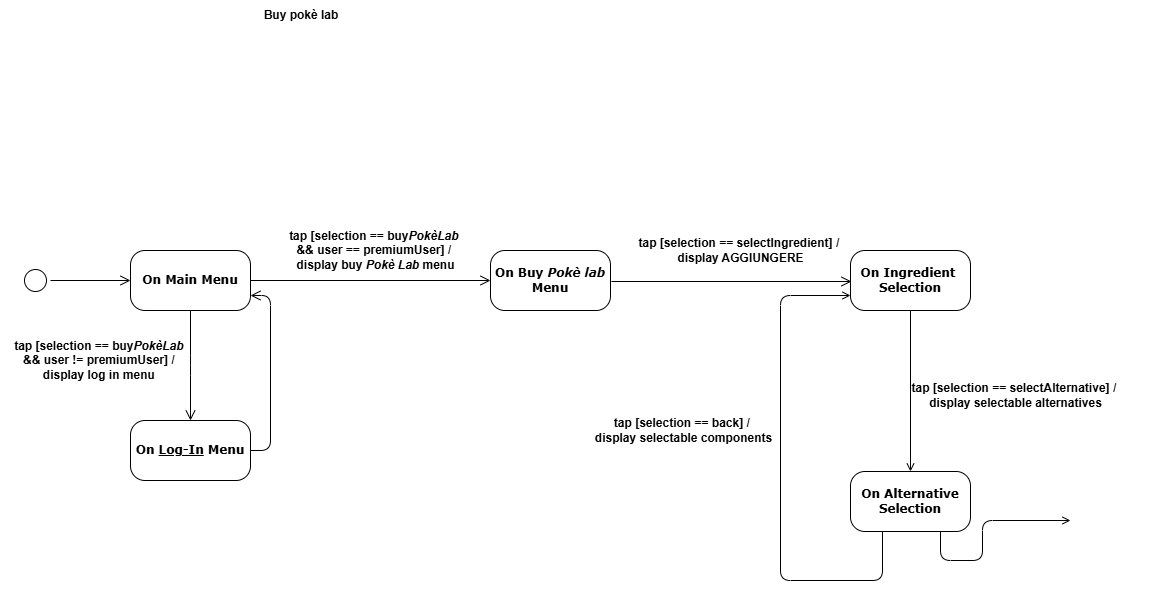
Before: diagrams/StateDiagram.drawio.png, a diagram exported from draw.io (matteopinfildi/ISPW-Project). Source tidied: cells renumbered, new cells last; positions are measured from the earlier drawing's top-left corner, leaving out a move shared by most shapes.
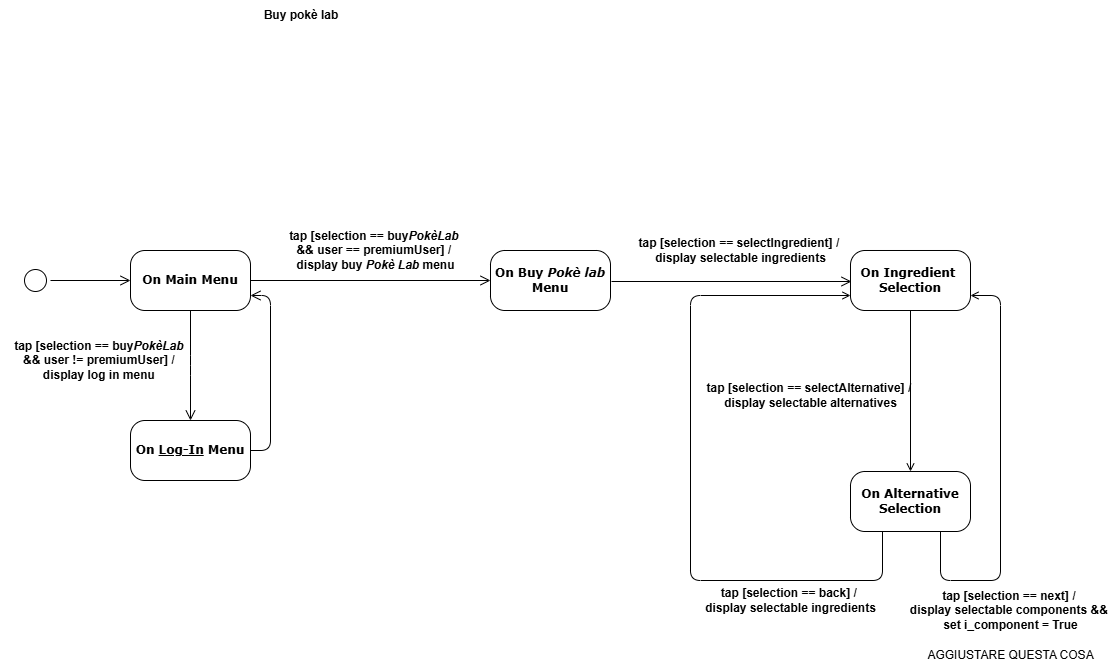
The same file after the commit.

Diff of the diagram source:
```diff
@@ -51,18 +51,18 @@
     <mxCell id="14" value="&lt;b&gt;On Ingredient&amp;nbsp;&lt;/b&gt;&lt;div&gt;&lt;b&gt;Selection&lt;/b&gt;&lt;/div&gt;" style="rounded=1;whiteSpace=wrap;html=1;arcSize=24;shadow=0;comic=0;labelBackgroundColor=none;fontFamily=Verdana;fontSize=12;align=center;" parent="1" vertex="1">
       <mxGeometry x="850" y="250" width="120" height="60" as="geometry" />
     </mxCell>
-    <mxCell id="15" value="&lt;b&gt;tap [selection == selectIngredient&lt;/b&gt;&lt;b style=&quot;background-color: initial; color: light-dark(rgb(0, 0, 0), rgb(255, 255, 255));&quot;&gt;] &lt;/b&gt;&lt;b style=&quot;background-color: initial; color: light-dark(rgb(0, 0, 0), rgb(255, 255, 255));&quot;&gt;/&amp;nbsp;&lt;/b&gt;&lt;div&gt;&lt;div&gt;&lt;div&gt;&lt;b style=&quot;background-color: initial;&quot;&gt;display AGGIUNGERE&lt;/b&gt;&lt;/div&gt;&lt;/div&gt;&lt;/div&gt;" style="text;html=1;align=center;verticalAlign=middle;strokeColor=none;fillColor=none;" parent="1" vertex="1">
+    <mxCell id="15" value="&lt;b&gt;tap [selection == selectIngredient&lt;/b&gt;&lt;b style=&quot;background-color: initial; color: light-dark(rgb(0, 0, 0), rgb(255, 255, 255));&quot;&gt;] &lt;/b&gt;&lt;b style=&quot;background-color: initial; color: light-dark(rgb(0, 0, 0), rgb(255, 255, 255));&quot;&gt;/&amp;nbsp;&lt;/b&gt;&lt;div&gt;&lt;div&gt;&lt;div&gt;&lt;b style=&quot;background-color: initial;&quot;&gt;display selectable ingredients&lt;/b&gt;&lt;/div&gt;&lt;/div&gt;&lt;/div&gt;" style="text;html=1;align=center;verticalAlign=middle;strokeColor=none;fillColor=none;" parent="1" vertex="1">
       <mxGeometry x="625" y="230" width="230" height="40" as="geometry" />
     </mxCell>
     <mxCell id="16" style="edgeStyle=orthogonalEdgeStyle;rounded=0;jettySize=auto;html=1;entryX=0.5;entryY=0;entryDx=0;entryDy=0;endArrow=open;endFill=0;labelBackgroundColor=none;fontColor=default;exitX=0.5;exitY=1;exitDx=0;exitDy=0;" parent="1" edge="1" source="14" target="19">
       <mxGeometry relative="1" as="geometry" />
     </mxCell>
-    <mxCell id="17" style="edgeStyle=orthogonalEdgeStyle;rounded=1;jettySize=auto;html=1;exitX=0.75;exitY=1;exitDx=0;exitDy=0;curved=0;endArrow=open;endFill=0;" parent="1" edge="1" source="19">
+    <mxCell id="17" style="edgeStyle=orthogonalEdgeStyle;rounded=1;jettySize=auto;html=1;exitX=0.75;exitY=1;exitDx=0;exitDy=0;curved=0;endArrow=open;endFill=0;entryX=1;entryY=0.75;entryDx=0;entryDy=0;" parent="1" edge="1" source="19" target="14">
       <mxGeometry relative="1" as="geometry">
-        <mxPoint x="1070" y="520" as="targetPoint" />
         <Array as="points">
-          <mxPoint x="940" y="560" />
-          <mxPoint x="982" y="560" />
+          <mxPoint x="940" y="580" />
+          <mxPoint x="1000" y="580" />
+          <mxPoint x="1000" y="295" />
         </Array>
       </mxGeometry>
     </mxCell>
@@ -72,8 +72,8 @@
           <mxPoint x="880" y="471" />
           <mxPoint x="882" y="471" />
           <mxPoint x="882" y="580" />
-          <mxPoint x="780" y="580" />
-          <mxPoint x="780" y="295" />
+          <mxPoint x="690" y="580" />
+          <mxPoint x="690" y="295" />
         </Array>
       </mxGeometry>
     </mxCell>
@@ -81,10 +81,16 @@
       <mxGeometry x="850" y="471" width="120" height="60" as="geometry" />
     </mxCell>
     <mxCell id="20" value="&lt;b&gt;tap [selection == selectAlternative] /&amp;nbsp;&lt;/b&gt;&lt;div&gt;&lt;b&gt;display&amp;nbsp;&lt;/b&gt;&lt;span style=&quot;background-color: initial;&quot;&gt;&lt;b&gt;selectable&amp;nbsp;&lt;/b&gt;&lt;/span&gt;&lt;b style=&quot;background-color: initial;&quot;&gt;alternatives&lt;/b&gt;&lt;/div&gt;" style="text;html=1;align=center;verticalAlign=middle;strokeColor=none;fillColor=none;" parent="1" vertex="1">
-      <mxGeometry x="855" y="370" width="320" height="50" as="geometry" />
+      <mxGeometry x="650" y="370" width="320" height="50" as="geometry" />
     </mxCell>
-    <mxCell id="21" value="&lt;b&gt;tap [selection == back] /&amp;nbsp;&lt;/b&gt;&lt;div&gt;&lt;b&gt;display&amp;nbsp;&lt;/b&gt;&lt;span style=&quot;background-color: initial;&quot;&gt;&lt;b&gt;selectable&amp;nbsp;&lt;/b&gt;&lt;/span&gt;&lt;b style=&quot;background-color: initial;&quot;&gt;components&lt;/b&gt;&lt;/div&gt;" style="text;html=1;align=center;verticalAlign=middle;strokeColor=none;fillColor=none;" parent="1" vertex="1">
-      <mxGeometry x="583" y="410" width="200" height="40" as="geometry" />
+    <mxCell id="21" value="&lt;b&gt;tap [selection == back] /&amp;nbsp;&lt;/b&gt;&lt;div&gt;&lt;b&gt;display&amp;nbsp;&lt;/b&gt;&lt;span style=&quot;background-color: initial;&quot;&gt;&lt;b&gt;selectable&amp;nbsp;&lt;/b&gt;&lt;/span&gt;&lt;b style=&quot;background-color: initial;&quot;&gt;ingredients&lt;/b&gt;&lt;/div&gt;" style="text;html=1;align=center;verticalAlign=middle;strokeColor=none;fillColor=none;" parent="1" vertex="1">
+      <mxGeometry x="695" y="580" width="190" height="40" as="geometry" />
     </mxCell>
+    <mxCell id="22" value="&lt;b&gt;tap [selection == next] /&amp;nbsp;&lt;/b&gt;&lt;div&gt;&lt;b&gt;display&amp;nbsp;&lt;/b&gt;&lt;span style=&quot;background-color: initial;&quot;&gt;&lt;b&gt;selectable&amp;nbsp;&lt;/b&gt;&lt;/span&gt;&lt;b style=&quot;background-color: initial;&quot;&gt;components &amp;amp;&amp;amp;&amp;nbsp;&lt;/b&gt;&lt;/div&gt;&lt;div&gt;&lt;b style=&quot;background-color: initial;&quot;&gt;set i_component = True&lt;/b&gt;&lt;/div&gt;" style="text;html=1;align=center;verticalAlign=middle;strokeColor=none;fillColor=none;" parent="1" vertex="1">
+      <mxGeometry x="900" y="580" width="220" height="60" as="geometry" />
+    </mxCell>
+    <mxCell id="23" value="AGGIUSTARE QUESTA COSA" style="text;html=1;align=center;verticalAlign=middle;strokeColor=none;fillColor=none;" parent="1" vertex="1">
+      <mxGeometry x="915" y="640" width="190" height="30" as="geometry" />
+    </mxCell>
   </root>
 </mxGraphModel>
```
